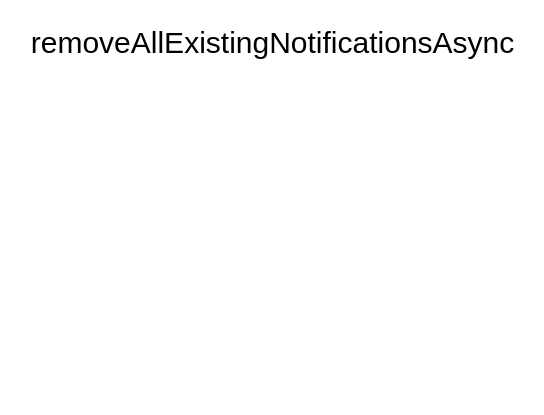
sherazc/playground keeps this draw.io diagram as page "Remove Notification" (2 of 2) of projects/central_masjid_dashboard/cdb/misc/docs-mobile/MDB Mobile Setup Notifications.drawio. Above is the earlier version. Source tidied: cells renumbered, new cells numbered last; positions are measured from the earlier drawing's top-left corner, leaving out a move shared by most shapes. Both pictures are drawn from the tidied source at 100%, with x=0, y=0 at pixel (17, 17).
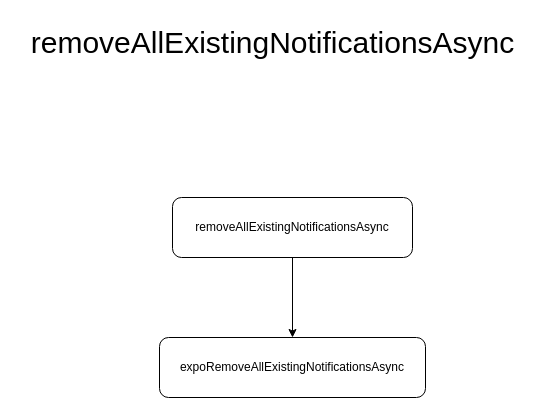
The same page after the edit.

Diff of the diagram source:
```diff
@@
 <mxGraphModel>
   <root>
     <mxCell id="0" />
     <mxCell id="1" parent="0" />
     <mxCell id="2" value="removeAllExistingNotificationsAsync" style="text;html=1;align=center;verticalAlign=middle;strokeColor=none;fillColor=none;fontSize=30;" parent="1" vertex="1">
       <mxGeometry width="510" height="50" as="geometry" />
     </mxCell>
+    <mxCell id="3" style="edgeStyle=orthogonalEdgeStyle;rounded=0;jettySize=auto;html=1;" parent="1" edge="1" source="4" target="5">
+      <mxGeometry relative="1" as="geometry" />
+    </mxCell>
+    <mxCell id="4" value="removeAllExistingNotificationsAsync" style="rounded=1;whiteSpace=wrap;html=1;" parent="1" vertex="1">
+      <mxGeometry x="155" y="180" width="240" height="60" as="geometry" />
+    </mxCell>
+    <mxCell id="5" value="expoRemoveAllExistingNotificationsAsync" style="whiteSpace=wrap;html=1;rounded=1;" parent="1" vertex="1">
+      <mxGeometry x="142" y="320" width="266" height="60" as="geometry" />
+    </mxCell>
   </root>
 </mxGraphModel>
```
